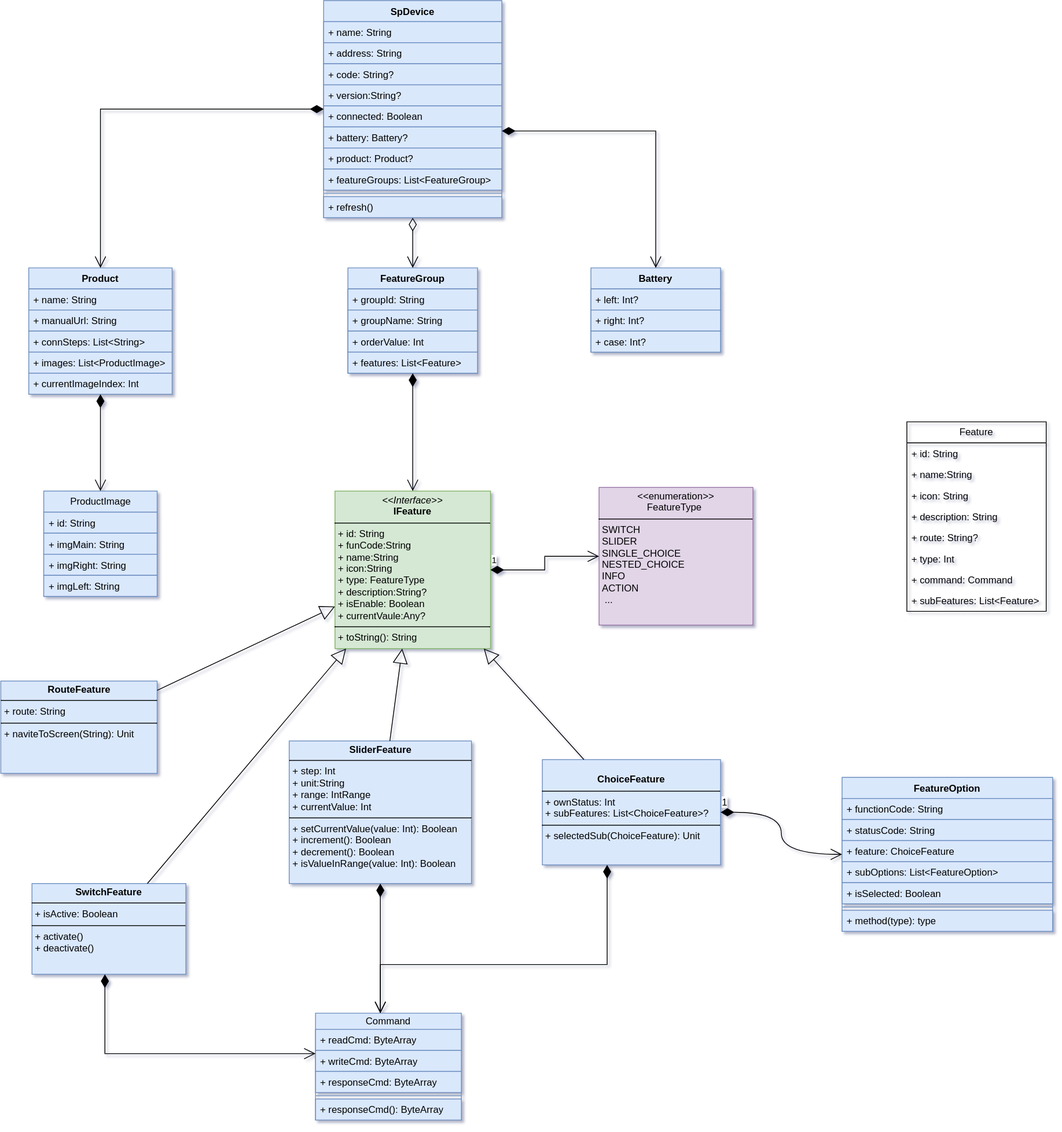
Before: sp-device.drawio.svg, a diagram exported from draw.io (kekemao00/draw-libs). Source tidied: cells renumbered, new cells last; positions are measured from the earlier drawing's top-left corner, leaving out a move shared by most shapes.
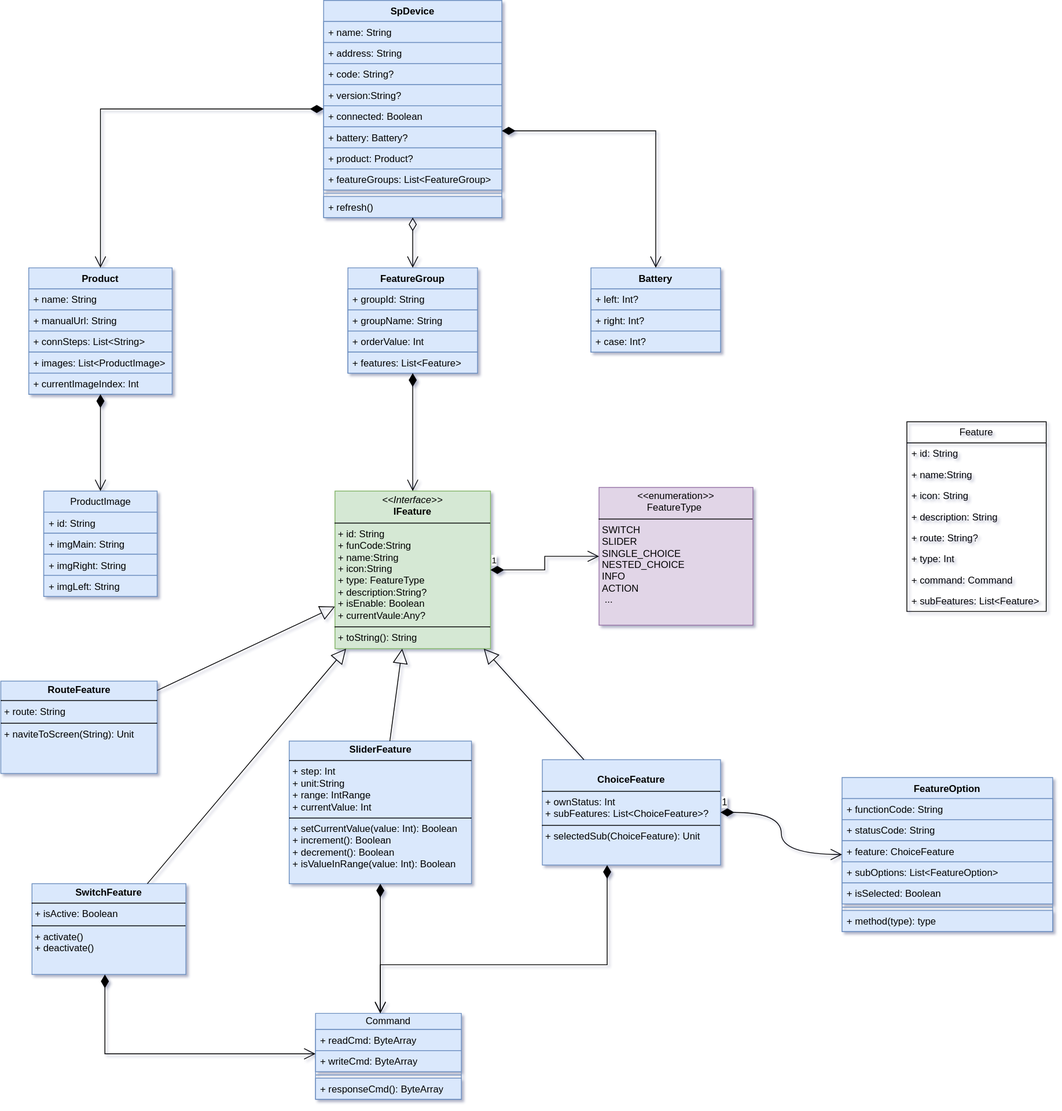
Above is the later version.

What changed in the source:
```diff
@@ -123,7 +123,7 @@
       <mxGeometry y="208" width="172" height="26" as="geometry" />
     </mxCell>
     <mxCell id="42" value="Command" style="swimlane;fontStyle=0;horizontal=1;startSize=20;fillColor=#dae8fc;whiteSpace=wrap;html=1;strokeColor=#6c8ebf;" parent="1" vertex="1">
-      <mxGeometry x="388" y="1250" width="180" height="132" as="geometry" />
+      <mxGeometry x="388" y="1250" width="180" height="106" as="geometry" />
     </mxCell>
     <mxCell id="43" value="+ readCmd: ByteArray" style="text;strokeColor=#6c8ebf;fillColor=#dae8fc;align=left;verticalAlign=top;spacingLeft=4;spacingRight=4;overflow=hidden;whiteSpace=wrap;html=1;" parent="42" vertex="1">
       <mxGeometry y="20" width="180" height="26" as="geometry" />
@@ -131,14 +131,11 @@
     <mxCell id="44" value="+ writeCmd: ByteArray" style="text;strokeColor=#6c8ebf;fillColor=#dae8fc;align=left;verticalAlign=top;spacingLeft=4;spacingRight=4;overflow=hidden;whiteSpace=wrap;html=1;" parent="42" vertex="1">
       <mxGeometry y="46" width="180" height="26" as="geometry" />
     </mxCell>
-    <mxCell id="45" value="+ responseCmd: ByteArray" style="text;align=left;verticalAlign=top;spacingLeft=4;spacingRight=4;overflow=hidden;whiteSpace=wrap;html=1;fillColor=#dae8fc;strokeColor=#6c8ebf;" parent="42" vertex="1">
-      <mxGeometry y="72" width="180" height="26" as="geometry" />
-    </mxCell>
     <mxCell id="46" style="line;strokeWidth=1;fillColor=#dae8fc;align=left;verticalAlign=middle;spacingTop=-1;spacingLeft=3;spacingRight=3;labelPosition=right;strokeColor=#6c8ebf;" parent="42" vertex="1">
-      <mxGeometry y="98" width="180" height="8" as="geometry" />
+      <mxGeometry y="72" width="180" height="8" as="geometry" />
     </mxCell>
     <mxCell id="47" value="+ responseCmd(): ByteArray" style="text;align=left;verticalAlign=top;spacingLeft=4;spacingRight=4;overflow=hidden;whiteSpace=wrap;html=1;fillColor=#dae8fc;strokeColor=#6c8ebf;" parent="42" vertex="1">
-      <mxGeometry y="106" width="180" height="26" as="geometry" />
+      <mxGeometry y="80" width="180" height="26" as="geometry" />
     </mxCell>
     <mxCell id="48" value="&lt;p style=&quot;margin:0px;margin-top:4px;text-align:center;&quot;&gt;&lt;i&gt;&amp;lt;&amp;lt;Interface&amp;gt;&amp;gt;&lt;/i&gt;&lt;br&gt;&lt;b&gt;IFeature&lt;/b&gt;&lt;/p&gt;&lt;hr size=&quot;1&quot; style=&quot;border-style:solid;&quot;&gt;&lt;p style=&quot;margin:0px;margin-left:4px;&quot;&gt;+ id: String&lt;br&gt;+ funCode:String&lt;br&gt;+ name:String&lt;br&gt;+ icon:String&lt;br&gt;+ type:&amp;nbsp;&lt;span style=&quot;text-align: center;&quot;&gt;FeatureType&amp;nbsp;&lt;/span&gt;&lt;br&gt;+ description:String?&lt;br&gt;+ isEnable: Boolean&lt;/p&gt;&lt;p style=&quot;margin:0px;margin-left:4px;&quot;&gt;+ currentVaule:Any?&lt;/p&gt;&lt;hr size=&quot;1&quot; style=&quot;border-style:solid;&quot;&gt;&lt;p style=&quot;margin:0px;margin-left:4px;&quot;&gt;+ toString(): String&lt;br&gt;&lt;/p&gt;" style="verticalAlign=top;align=left;overflow=fill;html=1;whiteSpace=wrap;fillColor=#d5e8d4;strokeColor=#82b366;" parent="1" vertex="1">
       <mxGeometry x="412" y="605.5" width="192" height="194.5" as="geometry" />
```
